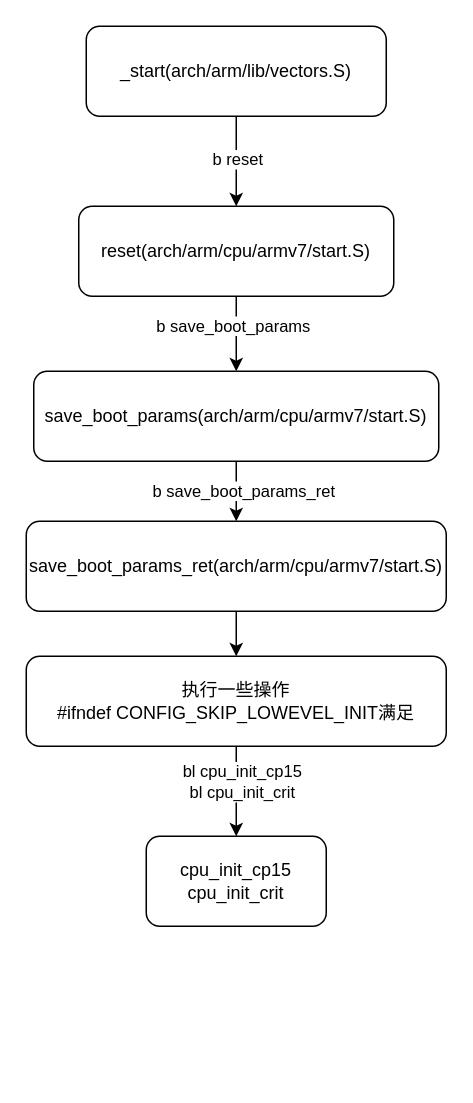
Before: 未命名绘图.drawio in Happiness-yuan/ChatServer, a draw.io diagram. Source tidied: cells renumbered, new cells numbered last; positions are measured from the earlier drawing's top-left corner, leaving out a move shared by most shapes. Both pictures are drawn from the tidied source at 150%, with x=0, y=0 at pixel (26, 26).
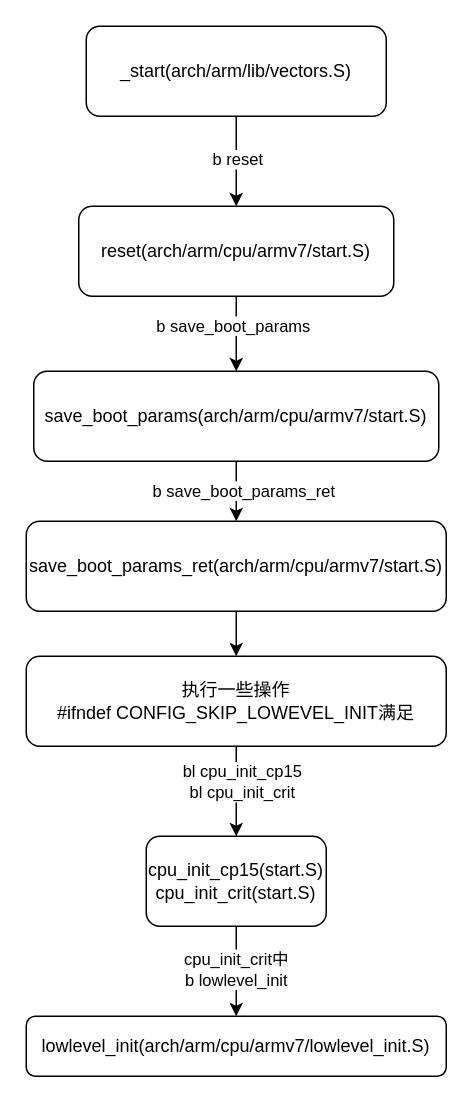
The same diagram, later.

Commit message (it also covers changes not shown here):
更新未命名绘图.drawio

The edit, as a diff of the source:
```diff
@@
 <mxGraphModel>
   <root>
     <mxCell id="0" />
     <mxCell id="1" parent="0" />
     <mxCell id="2" style="edgeStyle=orthogonalEdgeStyle;rounded=0;jettySize=auto;html=1;" parent="1" edge="1" source="4" target="7">
       <mxGeometry relative="1" as="geometry" />
     </mxCell>
     <mxCell id="3" value="b reset" style="edgeLabel;html=1;align=center;verticalAlign=middle;" parent="2" vertex="1">
       <mxGeometry x="-0.08" relative="1" as="geometry" />
     </mxCell>
     <mxCell id="4" value="_start(arch/arm/lib/vectors.S)" style="rounded=1;whiteSpace=wrap;html=1;" parent="1" vertex="1">
       <mxGeometry x="40" width="200" height="60" as="geometry" />
     </mxCell>
     <mxCell id="5" style="edgeStyle=orthogonalEdgeStyle;rounded=0;jettySize=auto;html=1;" parent="1" edge="1" source="7" target="10">
       <mxGeometry relative="1" as="geometry" />
     </mxCell>
     <mxCell id="6" value="b save_boot_params" style="edgeLabel;html=1;align=center;verticalAlign=middle;" parent="5" vertex="1">
       <mxGeometry x="-0.23" y="-3" relative="1" as="geometry" />
     </mxCell>
     <mxCell id="7" value="reset(arch/arm/cpu/armv7/start.S)" style="whiteSpace=wrap;html=1;rounded=1;" parent="1" vertex="1">
       <mxGeometry x="35" y="120" width="210" height="60" as="geometry" />
     </mxCell>
     <mxCell id="8" style="edgeStyle=orthogonalEdgeStyle;rounded=0;jettySize=auto;html=1;" parent="1" edge="1" source="10" target="12">
       <mxGeometry relative="1" as="geometry" />
     </mxCell>
     <mxCell id="9" value="b save_boot_params_ret" style="edgeLabel;html=1;align=center;verticalAlign=middle;" parent="8" vertex="1">
       <mxGeometry x="-0.07" y="4" relative="1" as="geometry" />
     </mxCell>
     <mxCell id="10" value="save_boot_params(arch/arm/cpu/armv7/start.S)" style="whiteSpace=wrap;html=1;rounded=1;" parent="1" vertex="1">
       <mxGeometry x="5" y="230" width="270" height="60" as="geometry" />
     </mxCell>
     <mxCell id="11" style="edgeStyle=orthogonalEdgeStyle;rounded=0;jettySize=auto;html=1;" parent="1" edge="1" source="12" target="15">
       <mxGeometry relative="1" as="geometry" />
     </mxCell>
     <mxCell id="12" value="save_boot_params_ret(arch/arm/cpu/armv7/start.S)" style="whiteSpace=wrap;html=1;rounded=1;" parent="1" vertex="1">
       <mxGeometry y="330" width="280" height="60" as="geometry" />
     </mxCell>
     <mxCell id="13" style="edgeStyle=orthogonalEdgeStyle;rounded=0;jettySize=auto;html=1;" parent="1" edge="1" source="15" target="16">
       <mxGeometry relative="1" as="geometry" />
     </mxCell>
     <mxCell id="14" value="bl cpu_init_cp15&lt;br&gt;bl cpu_init_crit" style="edgeLabel;html=1;align=center;verticalAlign=middle;" parent="13" vertex="1">
       <mxGeometry x="-0.25" y="3" relative="1" as="geometry" />
     </mxCell>
     <mxCell id="15" value="执行一些操作&lt;br&gt;#ifndef CONFIG_SKIP_LOWEVEL_INIT满足" style="whiteSpace=wrap;html=1;rounded=1;" parent="1" vertex="1">
       <mxGeometry y="420" width="280" height="60" as="geometry" />
     </mxCell>
+    <mxCell id="17" style="edgeStyle=orthogonalEdgeStyle;rounded=0;jettySize=auto;html=1;" parent="1" edge="1" source="16" target="19">
+      <mxGeometry relative="1" as="geometry" />
+    </mxCell>
+    <mxCell id="18" value="cpu_init_crit中&lt;br&gt;b lowlevel_init" style="edgeLabel;html=1;align=center;verticalAlign=middle;" parent="17" vertex="1">
+      <mxGeometry x="-0.07" y="-1" relative="1" as="geometry" />
+    </mxCell>
-    <mxCell id="16" value="cpu_init_cp15&lt;br&gt;cpu_init_crit" style="whiteSpace=wrap;html=1;rounded=1;" parent="1" vertex="1">
+    <mxCell id="16" value="cpu_init_cp15(start.S)&lt;br&gt;cpu_init_crit(start.S)" style="whiteSpace=wrap;html=1;rounded=1;" parent="1" vertex="1">
       <mxGeometry x="80" y="540" width="120" height="60" as="geometry" />
     </mxCell>
+    <mxCell id="19" value="lowlevel_init(arch/arm/cpu/armv7/lowlevel_init.S)" style="whiteSpace=wrap;html=1;rounded=1;" parent="1" vertex="1">
+      <mxGeometry y="660" width="280" height="40" as="geometry" />
+    </mxCell>
   </root>
 </mxGraphModel>
```
